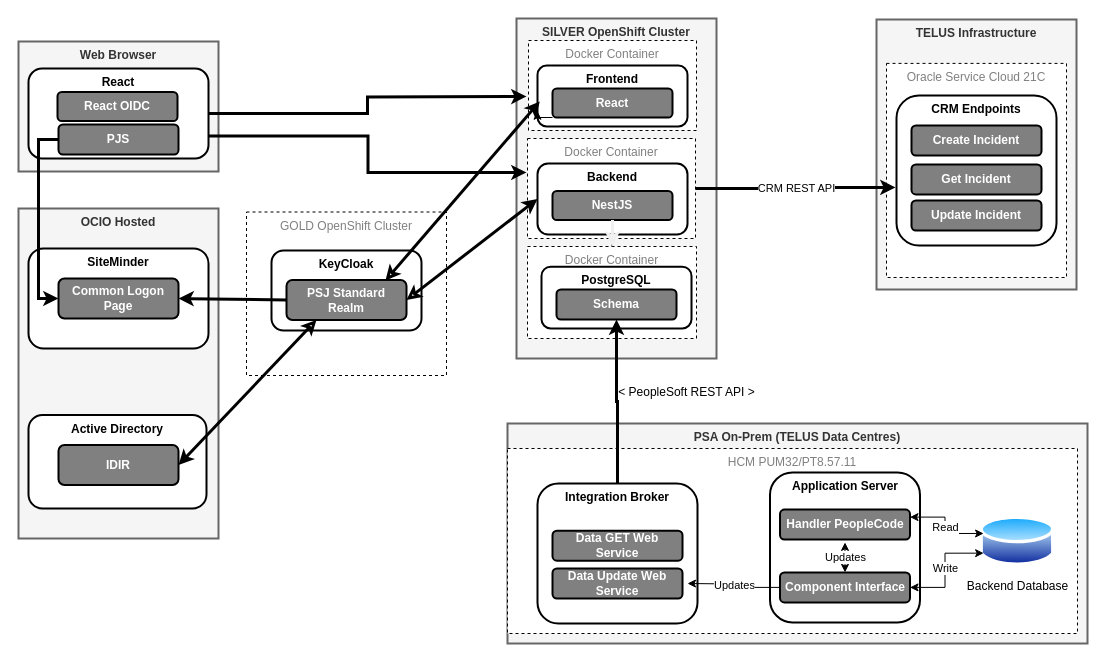
The draw.io diagram page "Current State (2023)" (1 of 3) of docs/architecture/architecture.drawio in bcgov/psa-job-store, before the edit. Source tidied: cells renumbered, new cells numbered last; positions are measured from the earlier drawing's top-left corner, leaving out a move shared by most shapes. Both pictures are drawn from the tidied source at 100%, with x=0, y=0 at pixel (18, 18).
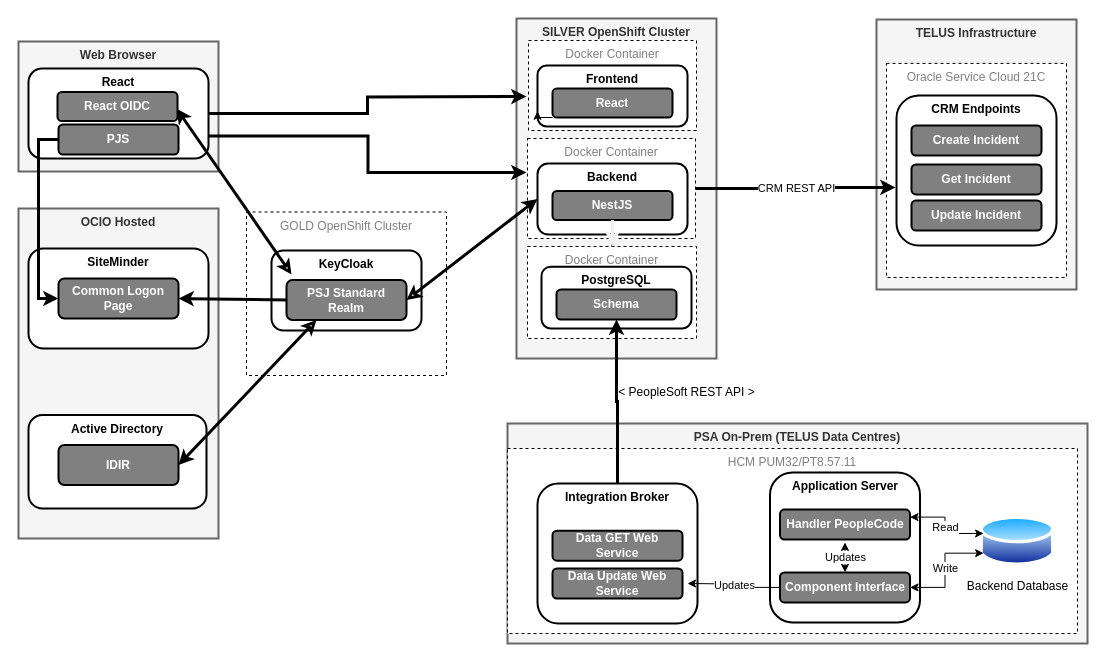
After the change.

The change refers to these unchanged cells:
```xml
<mxCell id="4" value="React" style="rounded=1;whiteSpace=wrap;html=1;strokeWidth=2;verticalAlign=top;fontStyle=1;" parent="1" vertex="1">
  <mxGeometry x="10" y="50" width="180" height="90" as="geometry" />
</mxCell>
<mxCell id="15" value="PSJ Standard&lt;br&gt;Realm" style="rounded=1;whiteSpace=wrap;html=1;strokeWidth=2;fillColor=#808080;fontColor=#FFFFFF;fontStyle=1;" parent="1" vertex="1">
  <mxGeometry x="268" y="261.5" width="120" height="40" as="geometry" />
</mxCell>
<mxCell id="20" value="Frontend" style="rounded=1;whiteSpace=wrap;html=1;strokeWidth=2;verticalAlign=top;fontStyle=1;" parent="1" vertex="1">
  <mxGeometry x="519" y="47" width="150" height="61" as="geometry" />
</mxCell>
```

Diff of the diagram source:
```diff
@@
-    <mxCell id="23" style="rounded=0;jettySize=auto;html=1;startArrow=classic;startFill=none;endArrow=classic;endFill=0;fontColor=#FFFFFF;entryX=0.825;entryY=0.013;entryDx=0;entryDy=0;strokeWidth=3;exitX=0.015;exitY=0.59;exitDx=0;exitDy=0;entryPerimeter=0;exitPerimeter=0;" parent="1" edge="1" source="20" target="15">
+    <mxCell id="23" style="rounded=0;jettySize=auto;html=1;startArrow=classic;startFill=none;endArrow=classic;endFill=0;fontColor=#FFFFFF;entryX=0.042;entryY=-0.137;entryDx=0;entryDy=0;strokeWidth=3;exitX=0.822;exitY=0.444;exitDx=0;exitDy=0;entryPerimeter=0;exitPerimeter=0;" parent="1" edge="1" source="4" target="15">
       <mxGeometry relative="1" as="geometry" />
     </mxCell>
```
